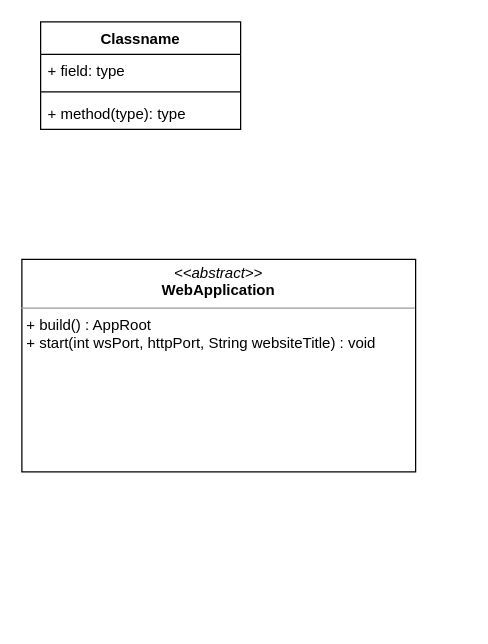
Above: page "All Classes" (4 of 4) of plan/WebGraphics.drawio in VelocityPackage/webJ (draw.io), before the change. Source tidied: cells renumbered, new cells numbered last; positions are measured from the earlier drawing's top-left corner, leaving out a move shared by most shapes. Both pictures are drawn from the tidied source at 125%, with x=0, y=0 at pixel (21, 21).
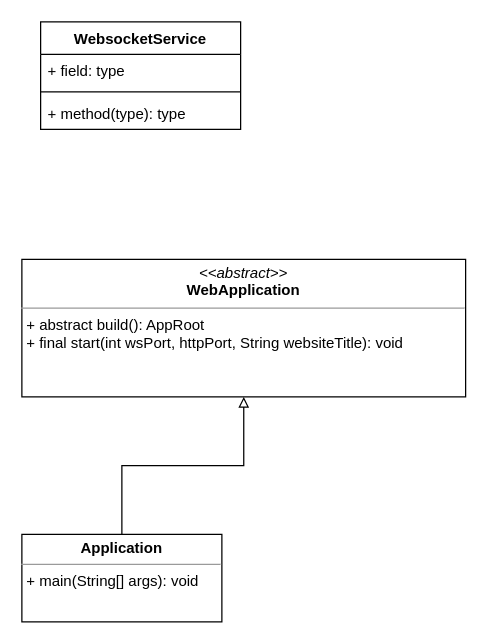
The same page after the edit.

Commit message:
marvin mielchen

The edit, as a diff of the source:
```diff
@@
 <mxGraphModel>
   <root>
     <mxCell id="0" />
     <mxCell id="1" parent="0" />
-    <mxCell id="2" value="Classname" style="swimlane;fontStyle=1;align=center;verticalAlign=top;horizontal=1;startSize=26;" parent="1" vertex="1">
+    <mxCell id="2" value="WebsocketService" style="swimlane;fontStyle=1;align=center;verticalAlign=top;horizontal=1;startSize=26;" parent="1" vertex="1">
       <mxGeometry x="15" width="160" height="86" as="geometry" />
     </mxCell>
     <mxCell id="3" value="+ field: type" style="text;strokeColor=none;fillColor=none;align=left;verticalAlign=top;spacingLeft=4;spacingRight=4;overflow=hidden;" parent="2" vertex="1">
       <mxGeometry y="26" width="160" height="26" as="geometry" />
     </mxCell>
     <mxCell id="4" style="line;strokeWidth=1;fillColor=none;align=left;verticalAlign=middle;spacingTop=-1;spacingLeft=3;spacingRight=3;labelPosition=right;" parent="2" vertex="1">
       <mxGeometry y="52" width="160" height="8" as="geometry" />
     </mxCell>
     <mxCell id="5" value="+ method(type): type" style="text;strokeColor=none;fillColor=none;align=left;verticalAlign=top;spacingLeft=4;spacingRight=4;overflow=hidden;" parent="2" vertex="1">
       <mxGeometry y="60" width="160" height="26" as="geometry" />
     </mxCell>
-    <mxCell id="6" value="&lt;p style=&quot;margin: 0px ; margin-top: 4px ; text-align: center&quot;&gt;&lt;i&gt;&amp;lt;&amp;lt;abstract&amp;gt;&amp;gt;&lt;/i&gt;&lt;br&gt;&lt;b&gt;WebApplication&lt;/b&gt;&lt;/p&gt;&lt;hr size=&quot;1&quot;&gt;&lt;p style=&quot;margin: 0px ; margin-left: 4px&quot;&gt;+ build() : AppRoot&lt;/p&gt;&lt;p style=&quot;margin: 0px ; margin-left: 4px&quot;&gt;+ start(int wsPort, httpPort, String websiteTitle) : void&lt;/p&gt;" style="verticalAlign=top;align=left;overflow=fill;fontSize=12;fontFamily=Helvetica;html=1;" parent="1" vertex="1">
-      <mxGeometry y="190" width="315" height="170" as="geometry" />
+    <mxCell id="6" value="&lt;p style=&quot;margin: 0px ; margin-top: 4px ; text-align: center&quot;&gt;&lt;i&gt;&amp;lt;&amp;lt;abstract&amp;gt;&amp;gt;&lt;/i&gt;&lt;br&gt;&lt;b&gt;WebApplication&lt;/b&gt;&lt;/p&gt;&lt;hr size=&quot;1&quot;&gt;&lt;p style=&quot;margin: 0px ; margin-left: 4px&quot;&gt;+ abstract build(): AppRoot&lt;/p&gt;&lt;p style=&quot;margin: 0px ; margin-left: 4px&quot;&gt;+ final start(int wsPort, httpPort, String websiteTitle): void&lt;/p&gt;" style="verticalAlign=top;align=left;overflow=fill;fontSize=12;fontFamily=Helvetica;html=1;" parent="1" vertex="1">
+      <mxGeometry y="190" width="355" height="110" as="geometry" />
     </mxCell>
+    <mxCell id="7" style="edgeStyle=orthogonalEdgeStyle;rounded=0;jettySize=auto;html=1;endArrow=block;endFill=0;" parent="1" edge="1" source="8" target="6">
+      <mxGeometry relative="1" as="geometry" />
+    </mxCell>
+    <mxCell id="8" value="&lt;p style=&quot;margin: 0px ; margin-top: 4px ; text-align: center&quot;&gt;&lt;b&gt;Application&lt;/b&gt;&lt;/p&gt;&lt;hr size=&quot;1&quot;&gt;&lt;p style=&quot;margin: 0px ; margin-left: 4px&quot;&gt;+ main(String[] args): void&lt;/p&gt;" style="verticalAlign=top;align=left;overflow=fill;fontSize=12;fontFamily=Helvetica;html=1;" parent="1" vertex="1">
+      <mxGeometry y="410" width="160" height="70" as="geometry" />
+    </mxCell>
   </root>
 </mxGraphModel>
```
